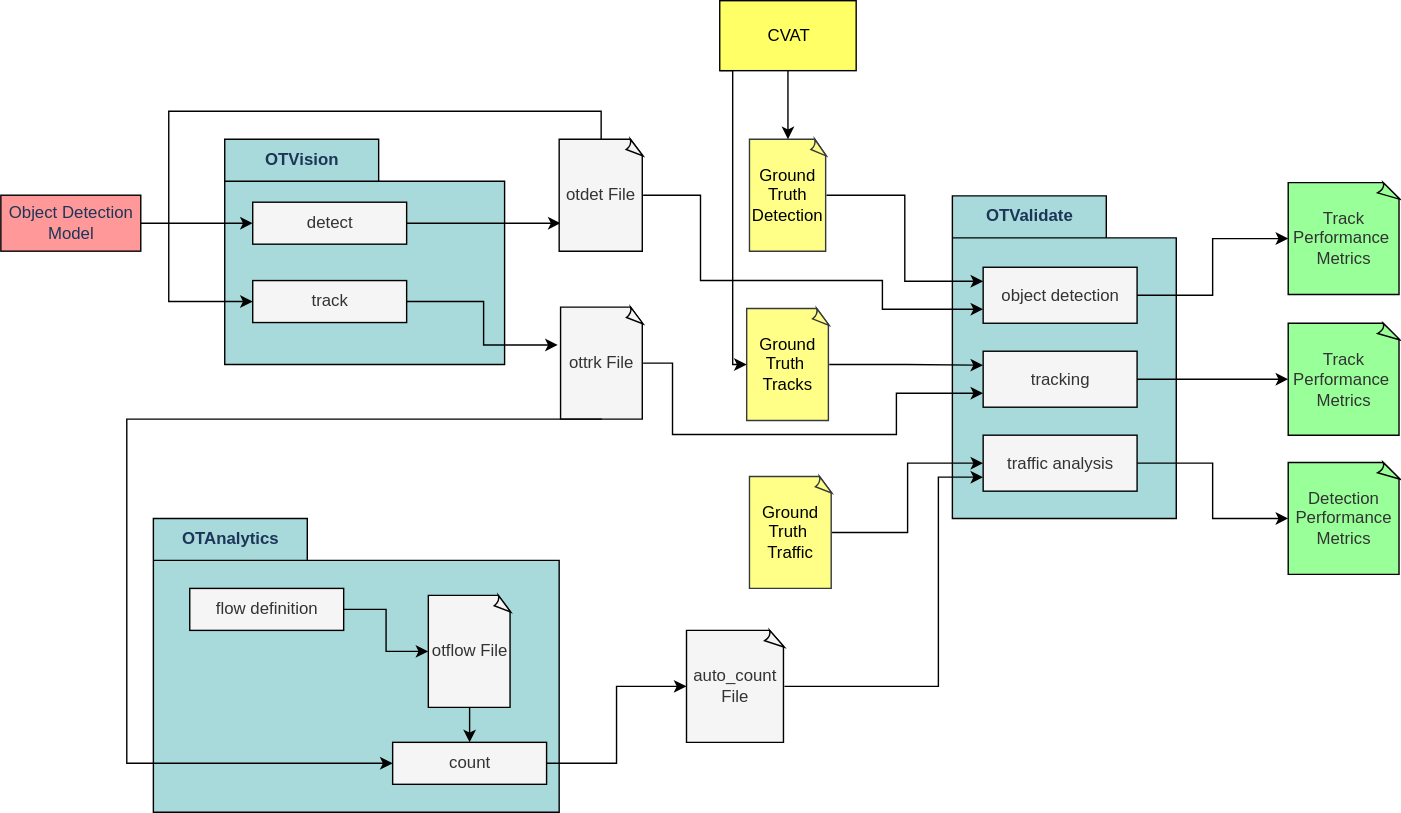
This is OTLabels/validation/assets/otvalidate_overview.svg from OpenTrafficCam/OTDocs, a draw.io export, as it was before one commit. Source tidied: cells renumbered, new cells last; positions are measured from the earlier drawing's top-left corner, leaving out a move shared by most shapes.
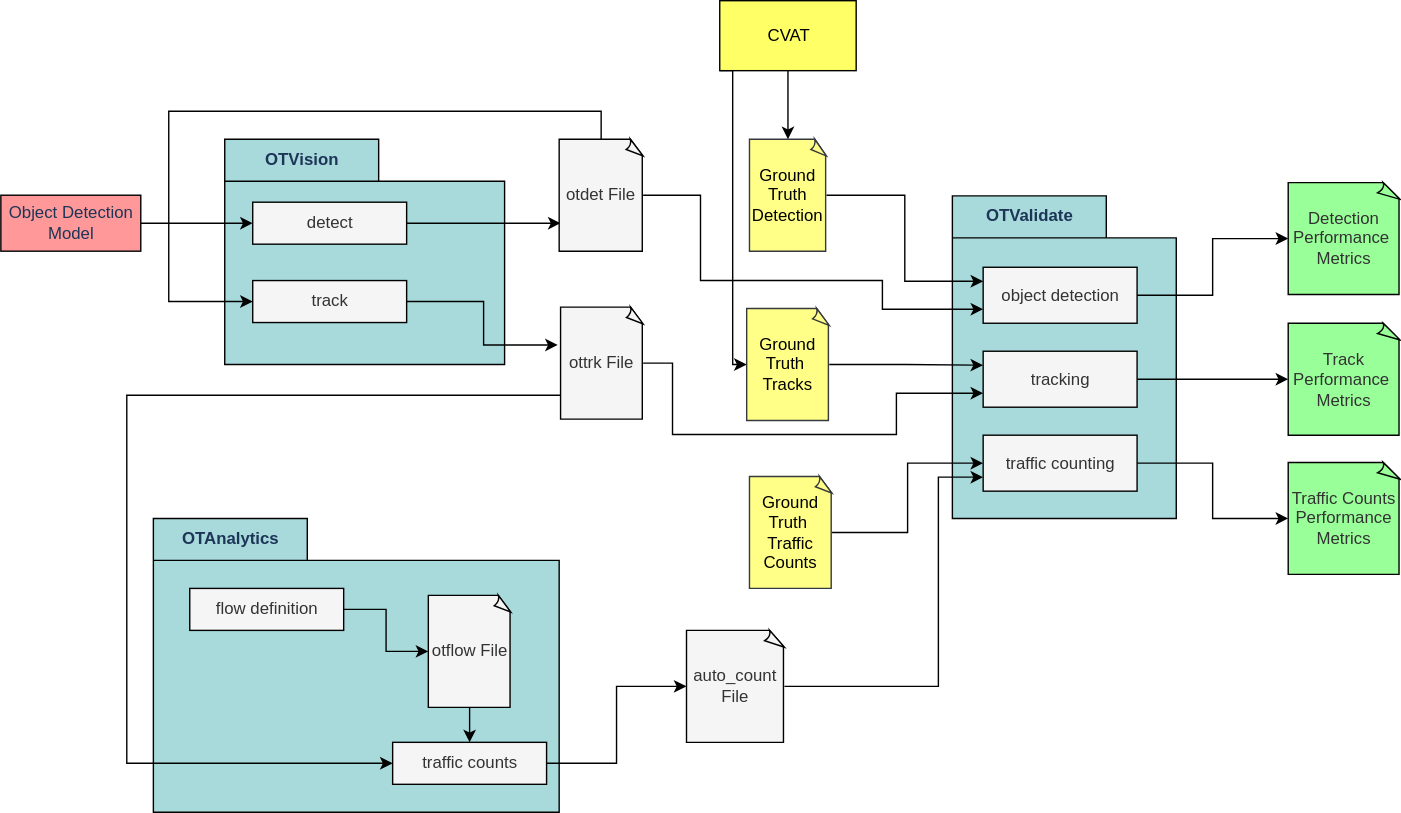
Above is the later version.

Diff of the diagram source:
```diff
@@ -48,7 +48,7 @@
         <mxPoint x="22" y="51" as="offset" />
       </mxGeometry>
     </mxCell>
-    <mxCell id="14" value="traffic analysis" style="html=1;fillColor=#f5f5f5;fontColor=#333333;strokeColor=#000000;" parent="12" vertex="1">
+    <mxCell id="14" value="traffic counting" style="html=1;fillColor=#f5f5f5;fontColor=#333333;strokeColor=#000000;" parent="12" vertex="1">
       <mxGeometry x="22" y="171" width="110" height="40" as="geometry" />
     </mxCell>
     <mxCell id="15" value="tracking" style="html=1;fillColor=#f5f5f5;fontColor=#333333;strokeColor=#000000;" parent="12" vertex="1">
@@ -57,13 +57,13 @@
     <mxCell id="16" style="edgeStyle=orthogonalEdgeStyle;rounded=0;jettySize=auto;html=1;exitX=1;exitY=0.5;exitDx=0;exitDy=0;entryX=0;entryY=0.5;entryDx=0;entryDy=0;entryPerimeter=0;strokeColor=#000000;" parent="12" edge="1" source="13" target="19">
       <mxGeometry relative="1" as="geometry" />
     </mxCell>
-    <mxCell id="17" value="Detection Performance Metrics" style="whiteSpace=wrap;html=1;shape=mxgraph.basic.document;fontColor=#333333;strokeColor=#000000;fillColor=#99FF99;" parent="1" vertex="1">
+    <mxCell id="17" value="Traffic Counts Performance Metrics" style="whiteSpace=wrap;html=1;shape=mxgraph.basic.document;fontColor=#333333;strokeColor=#000000;fillColor=#99FF99;" parent="1" vertex="1">
       <mxGeometry x="920" y="330" width="80" height="80" as="geometry" />
     </mxCell>
     <mxCell id="18" value="Track Performance&amp;nbsp;&lt;br&gt;Metrics" style="whiteSpace=wrap;html=1;shape=mxgraph.basic.document;fontColor=#333333;strokeColor=#000000;fillColor=#99FF99;" parent="1" vertex="1">
       <mxGeometry x="920" y="230.5" width="80" height="80" as="geometry" />
     </mxCell>
-    <mxCell id="19" value="Track Performance&amp;nbsp;&lt;br&gt;Metrics" style="whiteSpace=wrap;html=1;shape=mxgraph.basic.document;fontColor=#333333;strokeColor=#000000;fillColor=#99FF99;" parent="1" vertex="1">
+    <mxCell id="19" value="Detection Performance&amp;nbsp;&lt;br&gt;Metrics" style="whiteSpace=wrap;html=1;shape=mxgraph.basic.document;fontColor=#333333;strokeColor=#000000;fillColor=#99FF99;" parent="1" vertex="1">
       <mxGeometry x="920" y="130" width="80" height="80" as="geometry" />
     </mxCell>
     <mxCell id="20" style="edgeStyle=orthogonalEdgeStyle;rounded=0;jettySize=auto;html=1;exitX=1;exitY=0.5;exitDx=0;exitDy=0;exitPerimeter=0;entryX=0;entryY=0.25;entryDx=0;entryDy=0;strokeColor=#000000;" parent="1" edge="1" source="21" target="13">
@@ -81,7 +81,7 @@
     <mxCell id="24" style="edgeStyle=orthogonalEdgeStyle;rounded=0;jettySize=auto;html=1;exitX=1;exitY=0.5;exitDx=0;exitDy=0;exitPerimeter=0;entryX=0;entryY=0.5;entryDx=0;entryDy=0;strokeColor=#000000;" parent="1" edge="1" source="25" target="14">
       <mxGeometry relative="1" as="geometry" />
     </mxCell>
-    <mxCell id="25" value="Ground Truth&amp;nbsp;&lt;br&gt;Traffic" style="whiteSpace=wrap;html=1;shape=mxgraph.basic.document;fillColor=#ffff88;strokeColor=#36393d;fontColor=#000000;" parent="1" vertex="1">
+    <mxCell id="25" value="Ground Truth&amp;nbsp;&lt;br&gt;Traffic Counts" style="whiteSpace=wrap;html=1;shape=mxgraph.basic.document;fillColor=#ffff88;strokeColor=#36393d;fontColor=#000000;" parent="1" vertex="1">
       <mxGeometry x="535" y="340" width="59" height="80" as="geometry" />
     </mxCell>
     <mxCell id="26" style="edgeStyle=orthogonalEdgeStyle;rounded=0;jettySize=auto;html=1;exitX=1;exitY=0.5;exitDx=0;exitDy=0;exitPerimeter=0;entryX=0;entryY=0.75;entryDx=0;entryDy=0;strokeColor=#000000;" parent="1" edge="1" source="27" target="15">
@@ -124,7 +124,7 @@
         <mxPoint x="26" y="50" as="offset" />
       </mxGeometry>
     </mxCell>
-    <mxCell id="34" value="count" style="html=1;fillColor=#f5f5f5;fontColor=#333333;strokeColor=#000000;" parent="31" vertex="1">
+    <mxCell id="34" value="traffic counts" style="html=1;fillColor=#f5f5f5;fontColor=#333333;strokeColor=#000000;" parent="31" vertex="1">
       <mxGeometry x="171" y="160" width="110" height="30" as="geometry" />
     </mxCell>
     <mxCell id="35" style="edgeStyle=orthogonalEdgeStyle;rounded=0;jettySize=auto;html=1;exitX=1;exitY=0.5;exitDx=0;exitDy=0;entryX=0.017;entryY=0.75;entryDx=0;entryDy=0;entryPerimeter=0;strokeColor=#000000;" parent="31" edge="1" source="33">
@@ -146,9 +146,11 @@
         </Array>
       </mxGeometry>
     </mxCell>
-    <mxCell id="39" style="edgeStyle=elbowEdgeStyle;html=1;exitX=0.5;exitY=1;exitDx=0;exitDy=0;exitPerimeter=0;entryX=0;entryY=0.5;entryDx=0;entryDy=0;strokeColor=#000000;rounded=0;" parent="1" edge="1" source="27" target="34">
+    <mxCell id="39" style="edgeStyle=elbowEdgeStyle;html=1;entryX=0;entryY=0.5;entryDx=0;entryDy=0;strokeColor=#000000;rounded=0;" parent="1" edge="1" target="34">
       <mxGeometry relative="1" as="geometry">
+        <mxPoint x="400" y="282" as="sourcePoint" />
         <Array as="points">
+          <mxPoint x="90" y="320" />
           <mxPoint x="90" y="440" />
         </Array>
       </mxGeometry>
```
